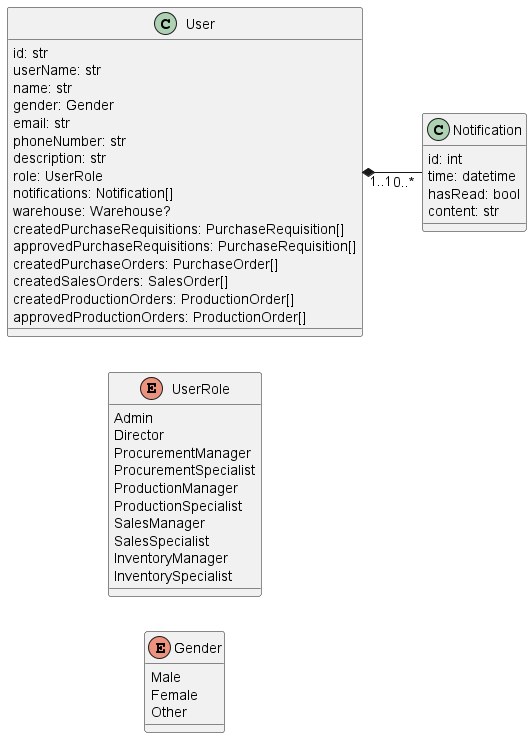
phihungha/SE357-Practice-class keeps this PlantUML diagram as Lab1/Lab1.2/classes/admin.png. Above is the earlier version.
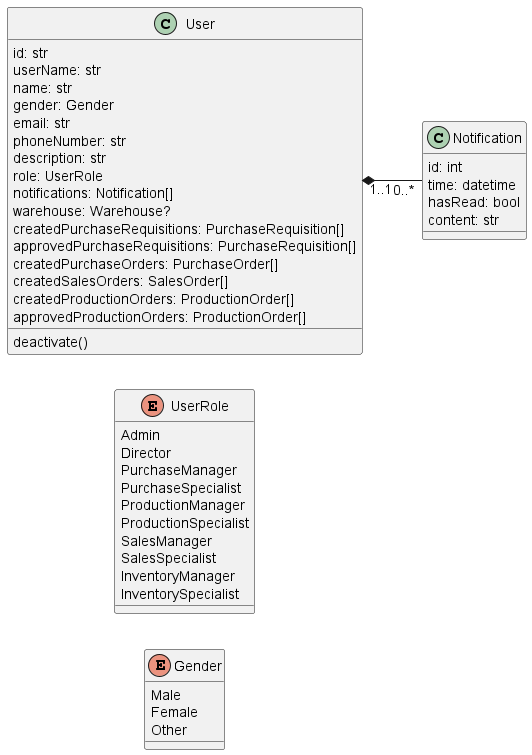
After the change.

Diff of the diagram source:
```diff
@@ -10,8 +10,8 @@
 enum UserRole {
     Admin
     Director
-    ProcurementManager
-    ProcurementSpecialist
+    PurchaseManager
+    PurchaseSpecialist
     ProductionManager
     ProductionSpecialist
     SalesManager
@@ -37,6 +37,7 @@
     createdSalesOrders: SalesOrder[]
     createdProductionOrders: ProductionOrder[]
     approvedProductionOrders: ProductionOrder[]
+    deactivate()
 }
 
 class Notification {
```
